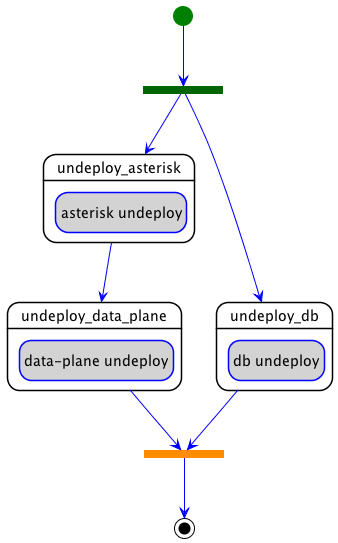
Before: examples/tosca-community-contributions/diagrams/uml2/examples-1.3-turandot-telephony-network-service-asterisk-vnf-asterisk-vnf-declarative_undeploy-workflow-diagram.png, a diagram exported from PlantUML (Orange-OpenSource/Cloudnet-TOSCA-toolbox).
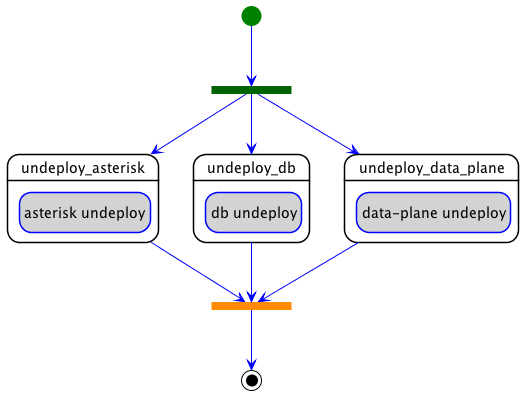
After the change.

What changed in the source:
```diff
@@ -25,13 +25,14 @@
 state "undeploy_data_plane" as step_declarative_undeploy_undeploy_data_plane << step >> {
   state "data-plane undeploy" as step_declarative_undeploy_undeploy_data_plane_data_plane_undeploy << delegate >>
 }
-step_declarative_undeploy_undeploy_asterisk --> step_declarative_undeploy_undeploy_data_plane
 state declarative_undeploy_fork <<fork>>
 [*] --> declarative_undeploy_fork
 declarative_undeploy_fork --> step_declarative_undeploy_undeploy_asterisk
 declarative_undeploy_fork --> step_declarative_undeploy_undeploy_db
+declarative_undeploy_fork --> step_declarative_undeploy_undeploy_data_plane
 state declarative_undeploy_join <<join>>
 declarative_undeploy_join --> [*]
+step_declarative_undeploy_undeploy_asterisk --> declarative_undeploy_join
 step_declarative_undeploy_undeploy_db --> declarative_undeploy_join
 step_declarative_undeploy_undeploy_data_plane --> declarative_undeploy_join
 @enduml
```
